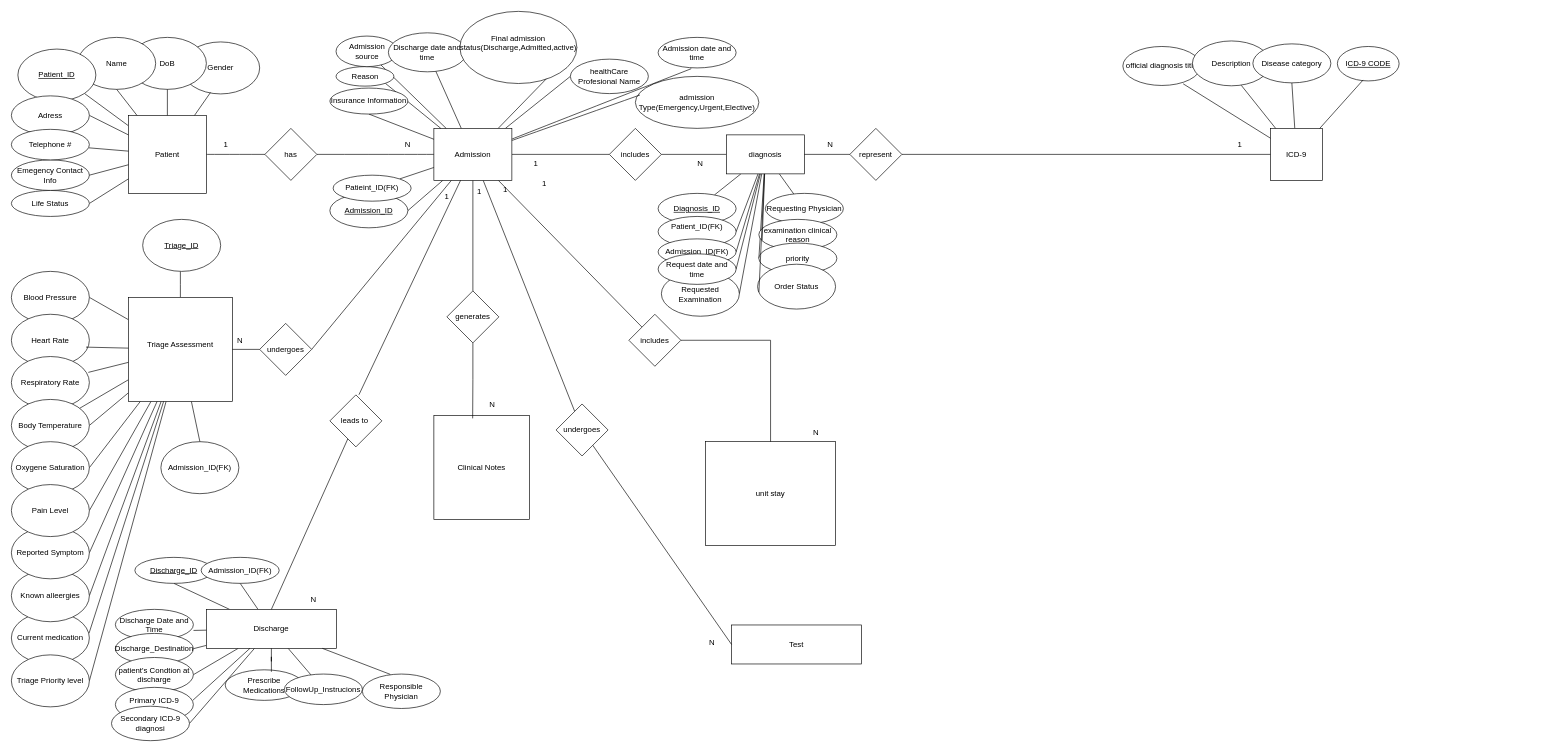
This is page "Page-1" (1 of 2) of project.drawio from fmvemba22/SOEN363, a draw.io file, before an edit. Source tidied: cells renumbered, new cells numbered last; positions are measured from the earlier drawing's top-left corner, leaving out a move shared by most shapes. Both pictures are drawn from the tidied source at 65%, with x=0, y=0 at pixel (11, 11).
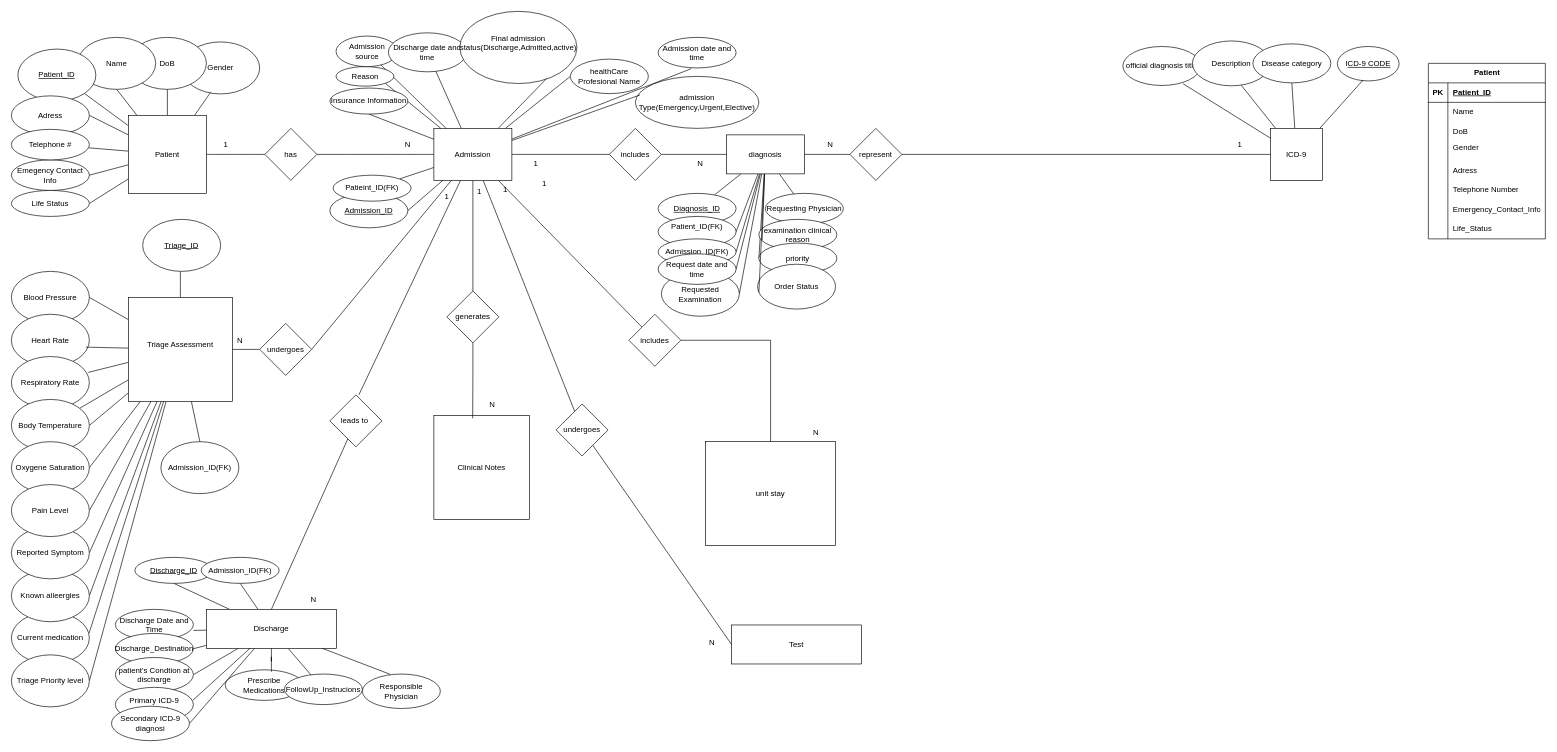
Above is the later version.

Diff of the diagram source:
```diff
@@
+    <mxCell id="157" value="Patient" style="shape=table;startSize=30;childLayout=tableLayout;rowLines=0;fontStyle=1;align=center;html=1;" parent="1" vertex="1">
+      <mxGeometry x="2180" y="80" width="180" height="270" as="geometry" />
+    </mxCell>
+    <mxCell id="158" style="shape=tableRow;horizontal=0;startSize=0;swimlaneHead=0;swimlaneBody=0;fillColor=none;top=0;left=0;right=0;bottom=1;" parent="157" vertex="1">
+      <mxGeometry y="30" width="180" height="30" as="geometry" />
+    </mxCell>
+    <mxCell id="159" value="PK" style="shape=partialRectangle;fillColor=none;top=0;left=0;bottom=0;right=0;fontStyle=1;overflow=hidden;whiteSpace=wrap;html=1;" parent="158" vertex="1">
+      <mxGeometry width="30" height="30" as="geometry" />
+    </mxCell>
+    <mxCell id="160" value="Patient_ID" style="shape=partialRectangle;fillColor=none;top=0;left=0;bottom=0;right=0;align=left;spacingLeft=6;fontStyle=5;overflow=hidden;whiteSpace=wrap;html=1;" parent="158" vertex="1">
+      <mxGeometry x="30" width="150" height="30" as="geometry" />
+    </mxCell>
+    <mxCell id="161" style="shape=tableRow;horizontal=0;startSize=0;swimlaneHead=0;swimlaneBody=0;fillColor=none;top=0;left=0;right=0;bottom=0;" parent="157" vertex="1">
+      <mxGeometry y="60" width="180" height="30" as="geometry" />
+    </mxCell>
+    <mxCell id="162" style="shape=partialRectangle;fillColor=none;top=0;left=0;bottom=0;right=0;overflow=hidden;whiteSpace=wrap;html=1;" parent="161" vertex="1">
+      <mxGeometry width="30" height="30" as="geometry" />
+    </mxCell>
+    <mxCell id="163" value="Name" style="shape=partialRectangle;fillColor=none;top=0;left=0;bottom=0;right=0;align=left;spacingLeft=6;overflow=hidden;whiteSpace=wrap;html=1;" parent="161" vertex="1">
+      <mxGeometry x="30" width="150" height="30" as="geometry" />
+    </mxCell>
+    <mxCell id="164" style="shape=tableRow;horizontal=0;startSize=0;swimlaneHead=0;swimlaneBody=0;fillColor=none;top=0;left=0;right=0;bottom=0;" parent="157" vertex="1">
+      <mxGeometry y="90" width="180" height="30" as="geometry" />
+    </mxCell>
+    <mxCell id="165" style="shape=partialRectangle;fillColor=none;top=0;left=0;bottom=0;right=0;overflow=hidden;whiteSpace=wrap;html=1;" parent="164" vertex="1">
+      <mxGeometry width="30" height="30" as="geometry" />
+    </mxCell>
+    <mxCell id="166" value="DoB" style="shape=partialRectangle;fillColor=none;top=0;left=0;bottom=0;right=0;align=left;spacingLeft=6;overflow=hidden;whiteSpace=wrap;html=1;" parent="164" vertex="1">
+      <mxGeometry x="30" width="150" height="30" as="geometry" />
+    </mxCell>
+    <mxCell id="167" style="shape=tableRow;horizontal=0;startSize=0;swimlaneHead=0;swimlaneBody=0;fillColor=none;top=0;left=0;right=0;bottom=0;" parent="157" vertex="1">
+      <mxGeometry y="120" width="180" height="30" as="geometry" />
+    </mxCell>
+    <mxCell id="168" style="shape=partialRectangle;fillColor=none;top=0;left=0;bottom=0;right=0;overflow=hidden;whiteSpace=wrap;html=1;" parent="167" vertex="1">
+      <mxGeometry width="30" height="30" as="geometry" />
+    </mxCell>
+    <mxCell id="169" value="Gender&lt;div&gt;&lt;br&gt;&lt;/div&gt;&lt;div&gt;&lt;br&gt;&lt;/div&gt;" style="shape=partialRectangle;fillColor=none;top=0;left=0;bottom=0;right=0;align=left;spacingLeft=6;overflow=hidden;whiteSpace=wrap;html=1;" parent="167" vertex="1">
+      <mxGeometry x="30" width="150" height="30" as="geometry" />
+    </mxCell>
+    <mxCell id="170" style="shape=tableRow;horizontal=0;startSize=0;swimlaneHead=0;swimlaneBody=0;fillColor=none;top=0;left=0;right=0;bottom=0;" parent="157" vertex="1">
+      <mxGeometry y="150" width="180" height="30" as="geometry" />
+    </mxCell>
+    <mxCell id="171" style="shape=partialRectangle;fillColor=none;top=0;left=0;bottom=0;right=0;overflow=hidden;whiteSpace=wrap;html=1;" parent="170" vertex="1">
+      <mxGeometry width="30" height="30" as="geometry" />
+    </mxCell>
+    <mxCell id="172" value="Adress" style="shape=partialRectangle;fillColor=none;top=0;left=0;bottom=0;right=0;align=left;spacingLeft=6;overflow=hidden;whiteSpace=wrap;html=1;" parent="170" vertex="1">
+      <mxGeometry x="30" width="150" height="30" as="geometry" />
+    </mxCell>
+    <mxCell id="173" style="shape=tableRow;horizontal=0;startSize=0;swimlaneHead=0;swimlaneBody=0;fillColor=none;top=0;left=0;right=0;bottom=0;" parent="157" vertex="1">
+      <mxGeometry y="180" width="180" height="30" as="geometry" />
+    </mxCell>
+    <mxCell id="174" style="shape=partialRectangle;fillColor=none;top=0;left=0;bottom=0;right=0;overflow=hidden;whiteSpace=wrap;html=1;" parent="173" vertex="1">
+      <mxGeometry width="30" height="30" as="geometry" />
+    </mxCell>
+    <mxCell id="175" value="Telephone Number" style="shape=partialRectangle;fillColor=none;top=0;left=0;bottom=0;right=0;align=left;spacingLeft=6;overflow=hidden;whiteSpace=wrap;html=1;" parent="173" vertex="1">
+      <mxGeometry x="30" width="150" height="30" as="geometry" />
+    </mxCell>
+    <mxCell id="176" style="shape=tableRow;horizontal=0;startSize=0;swimlaneHead=0;swimlaneBody=0;fillColor=none;top=0;left=0;right=0;bottom=0;" parent="157" vertex="1">
+      <mxGeometry y="210" width="180" height="30" as="geometry" />
+    </mxCell>
+    <mxCell id="177" style="shape=partialRectangle;fillColor=none;top=0;left=0;bottom=0;right=0;overflow=hidden;whiteSpace=wrap;html=1;" parent="176" vertex="1">
+      <mxGeometry width="30" height="30" as="geometry" />
+    </mxCell>
+    <mxCell id="178" value="Emergency_Contact_Info" style="shape=partialRectangle;fillColor=none;top=0;left=0;bottom=0;right=0;align=left;spacingLeft=6;overflow=hidden;whiteSpace=wrap;html=1;" parent="176" vertex="1">
+      <mxGeometry x="30" width="150" height="30" as="geometry" />
+    </mxCell>
+    <mxCell id="179" style="shape=tableRow;horizontal=0;startSize=0;swimlaneHead=0;swimlaneBody=0;fillColor=none;top=0;left=0;right=0;bottom=0;" parent="157" vertex="1">
+      <mxGeometry y="240" width="180" height="30" as="geometry" />
+    </mxCell>
+    <mxCell id="180" style="shape=partialRectangle;fillColor=none;top=0;left=0;bottom=0;right=0;overflow=hidden;whiteSpace=wrap;html=1;" parent="179" vertex="1">
+      <mxGeometry width="30" height="30" as="geometry" />
+    </mxCell>
+    <mxCell id="181" value="Life_Status" style="shape=partialRectangle;fillColor=none;top=0;left=0;bottom=0;right=0;align=left;spacingLeft=6;overflow=hidden;whiteSpace=wrap;html=1;" parent="179" vertex="1">
+      <mxGeometry x="30" width="150" height="30" as="geometry" />
+    </mxCell>
```
